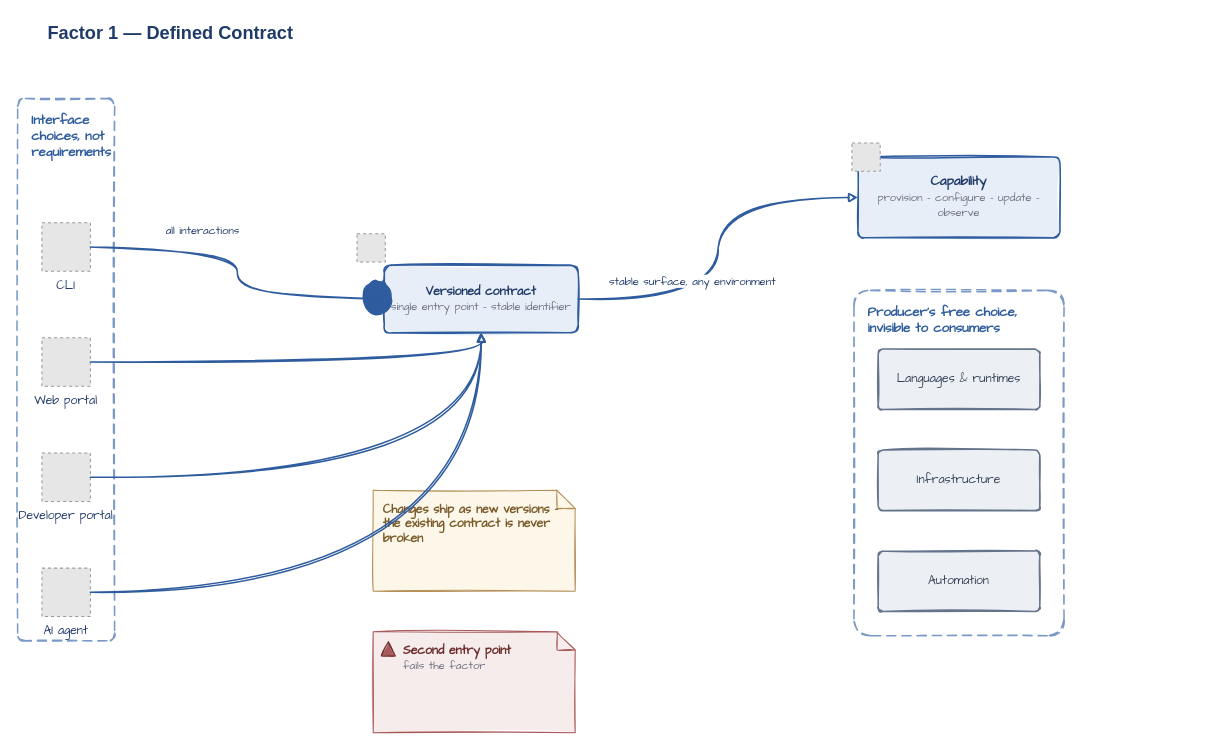
missBerg/platform-capabilities keeps this draw.io diagram as diagrams/factor-1-defined-contract.drawio. Above is the earlier version. Source tidied: cells renumbered, new cells numbered last; positions are measured from the earlier drawing's top-left corner, leaving out a move shared by most shapes. Both pictures are drawn from the tidied source at 101%, with x=0, y=0 at pixel (17, 17). Pictures stored in the file or linked from it are replaced by grey dashed boxes.
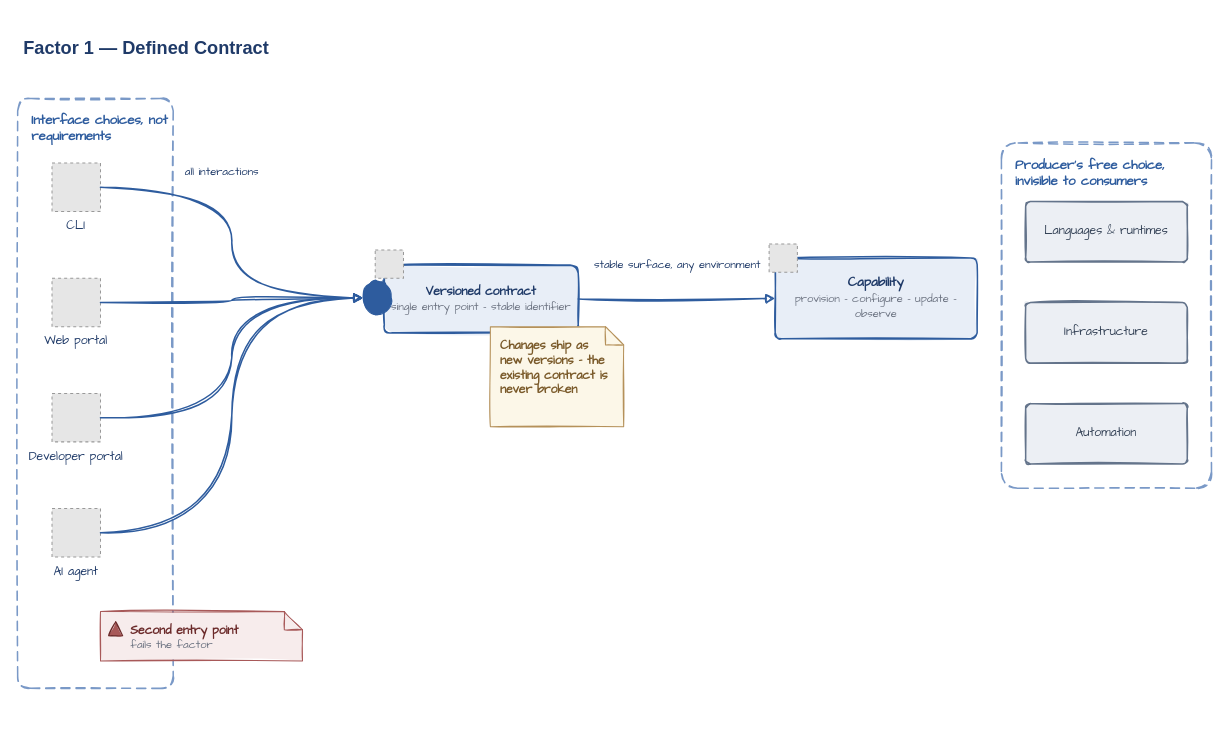
After the change.

Unchanged cells that the change refers to:
```xml
<mxCell id="9" value="&lt;b&gt;Versioned contract&lt;/b&gt;&lt;br&gt;&lt;font style=&quot;font-size: 11px&quot; color=&quot;#6B7280&quot;&gt;single entry point - stable identifier&lt;/font&gt;" style="rounded=1;whiteSpace=wrap;html=1;arcSize=12;fillColor=#E8EEF7;strokeColor=#2E5C9E;strokeWidth=1.5;fontColor=#1F3A68;fontFamily=Comic Sans MS;fontSize=12;align=center;verticalAlign=middle;shadow=0;sketch=1;fillStyle=solid;" parent="1" vertex="1">
  <mxGeometry x="363" y="245" width="192" height="67" as="geometry" />
</mxCell>
<mxCell id="10" style="ellipse;fillColor=#2E5C9E;strokeColor=#2E5C9E;html=1;shadow=0;sketch=1;fillStyle=solid;" parent="1" vertex="1">
  <mxGeometry x="342" y="261" width="28" height="33" as="geometry" />
</mxCell>
```

Diff of the diagram source:
```diff
@@
     <mxCell id="2" value="Factor 1 — Defined Contract" style="text;html=1;align=left;verticalAlign=middle;whiteSpace=wrap;rounded=0;fontColor=#1F3A68;fontFamily=Helvetica;fontSize=18;fontStyle=1;spacingLeft=4;" parent="1" vertex="1">
-      <mxGeometry x="24" width="420" height="32" as="geometry" />
+      <mxGeometry y="14" width="420" height="32" as="geometry" />
     </mxCell>
     <mxCell id="3" value="&lt;b&gt;Interface choices, not requirements&lt;/b&gt;" style="rounded=1;whiteSpace=wrap;html=1;arcSize=8;fillColor=none;strokeColor=#7A99C7;strokeWidth=1.5;fontColor=#2E5C9E;fontFamily=Comic Sans MS;fontSize=13;align=left;verticalAlign=top;dashed=1;dashPattern=6 4;spacingLeft=12;spacingTop=8;shadow=0;sketch=1;" parent="1" vertex="1">
-      <mxGeometry y="80" width="96" height="537" as="geometry" />
+      <mxGeometry y="80" width="154" height="584" as="geometry" />
     </mxCell>
     <mxCell id="4" value="&lt;b&gt;Producer&amp;#x27;s free choice, invisible to consumers&lt;/b&gt;" style="rounded=1;whiteSpace=wrap;html=1;arcSize=8;fillColor=none;strokeColor=#7A99C7;strokeWidth=1.5;fontColor=#2E5C9E;fontFamily=Comic Sans MS;fontSize=13;align=left;verticalAlign=top;dashed=1;dashPattern=6 4;spacingLeft=12;spacingTop=8;shadow=0;sketch=1;" parent="1" vertex="1">
-      <mxGeometry x="828" y="270" width="208" height="342" as="geometry" />
+      <mxGeometry x="974" y="124" width="208" height="342" as="geometry" />
     </mxCell>
     <mxCell id="5" value="CLI" style="fillColor=#E6E6E6;strokeColor=#999999;dashed=1;verticalLabelPosition=bottom;verticalAlign=top;align=center;fontFamily=Comic Sans MS;fontSize=12;fontColor=#1F3A68;" parent="1" vertex="1">
-      <mxGeometry x="24" y="203" width="48" height="48" as="geometry" />
+      <mxGeometry x="34" y="144" width="48" height="48" as="geometry" />
     </mxCell>
     <mxCell id="6" value="Web portal" style="fillColor=#E6E6E6;strokeColor=#999999;dashed=1;verticalLabelPosition=bottom;verticalAlign=top;align=center;fontFamily=Comic Sans MS;fontSize=12;fontColor=#1F3A68;" parent="1" vertex="1">
-      <mxGeometry x="24" y="317" width="48" height="48" as="geometry" />
+      <mxGeometry x="34" y="258" width="48" height="48" as="geometry" />
     </mxCell>
     <mxCell id="7" value="Developer portal" style="fillColor=#E6E6E6;strokeColor=#999999;dashed=1;verticalLabelPosition=bottom;verticalAlign=top;align=center;fontFamily=Comic Sans MS;fontSize=12;fontColor=#1F3A68;" parent="1" vertex="1">
-      <mxGeometry x="24" y="431" width="48" height="48" as="geometry" />
+      <mxGeometry x="34" y="372" width="48" height="48" as="geometry" />
     </mxCell>
     <mxCell id="8" value="AI agent" style="fillColor=#E6E6E6;strokeColor=#999999;dashed=1;verticalLabelPosition=bottom;verticalAlign=top;align=center;fontFamily=Comic Sans MS;fontSize=12;fontColor=#1F3A68;" parent="1" vertex="1">
-      <mxGeometry x="24" y="545" width="48" height="48" as="geometry" />
+      <mxGeometry x="34" y="486" width="48" height="48" as="geometry" />
     </mxCell>
@@
     <mxCell id="11" style="fillColor=#E6E6E6;strokeColor=#999999;dashed=1;verticalLabelPosition=bottom;verticalAlign=top;align=center;fontFamily=Comic Sans MS;fontSize=12;fontColor=#1F3A68;" parent="1" vertex="1">
-      <mxGeometry x="336" y="214" width="28" height="28" as="geometry" />
+      <mxGeometry x="354" y="230" width="28" height="28" as="geometry" />
     </mxCell>
     <mxCell id="12" value="&lt;b&gt;Changes ship as new versions - the existing contract is never broken&lt;/b&gt;" style="shape=note;whiteSpace=wrap;html=1;backgroundOutline=1;fillColor=#FCF7E8;strokeColor=#B5915A;strokeWidth=1;fontColor=#7A5A2A;fontFamily=Comic Sans MS;fontSize=12;align=left;verticalAlign=top;spacingLeft=8;spacingTop=6;spacingRight=8;shadow=0;size=18;sketch=1;fillStyle=solid;" parent="1" vertex="1">
-      <mxGeometry x="352" y="468" width="200" height="100" as="geometry" />
+      <mxGeometry x="468" y="306" width="132" height="99" as="geometry" />
     </mxCell>
     <mxCell id="13" value="&lt;b&gt;Second entry point&lt;/b&gt;&lt;br&gt;&lt;font style=&quot;font-size: 11px&quot; color=&quot;#6B7280&quot;&gt;fails the factor&lt;/font&gt;" style="shape=note;whiteSpace=wrap;html=1;backgroundOutline=1;fillColor=#F7ECEC;strokeColor=#A85959;strokeWidth=1;fontColor=#6B2A2A;fontFamily=Comic Sans MS;fontSize=12;align=left;verticalAlign=top;spacingLeft=28;spacingTop=6;spacingRight=8;shadow=0;size=18;sketch=1;fillStyle=solid;" parent="1" vertex="1">
-      <mxGeometry x="352" y="608" width="200" height="100" as="geometry" />
+      <mxGeometry x="82" y="588" width="200" height="49" as="geometry" />
     </mxCell>
     <mxCell id="14" style="shape=triangle;direction=north;fillColor=#A85959;strokeColor=#6B2A2A;html=1;shadow=0;sketch=1;fillStyle=solid;" parent="1" vertex="1">
-      <mxGeometry x="360" y="618" width="14" height="14" as="geometry" />
+      <mxGeometry x="90" y="598" width="14" height="14" as="geometry" />
     </mxCell>
     <mxCell id="15" value="&lt;b&gt;Capability&lt;/b&gt;&lt;br&gt;&lt;font style=&quot;font-size: 11px&quot; color=&quot;#6B7280&quot;&gt;provision - configure - update - observe&lt;/font&gt;" style="rounded=1;whiteSpace=wrap;html=1;arcSize=8;fillColor=#E8EEF7;strokeColor=#2E5C9E;strokeWidth=1.5;fontColor=#1F3A68;fontFamily=Comic Sans MS;fontSize=13;align=center;verticalAlign=middle;shadow=0;sketch=1;fillStyle=solid;" parent="1" vertex="1">
-      <mxGeometry x="832" y="138" width="200" height="80" as="geometry" />
+      <mxGeometry x="750" y="238" width="200" height="80" as="geometry" />
     </mxCell>
     <mxCell id="16" style="fillColor=#E6E6E6;strokeColor=#999999;dashed=1;verticalLabelPosition=bottom;verticalAlign=top;align=center;fontFamily=Comic Sans MS;fontSize=12;fontColor=#1F3A68;" parent="1" vertex="1">
-      <mxGeometry x="826" y="124" width="28" height="28" as="geometry" />
+      <mxGeometry x="744" y="224" width="28" height="28" as="geometry" />
     </mxCell>
     <mxCell id="17" value="Languages &amp;amp; runtimes" style="rounded=1;whiteSpace=wrap;html=1;arcSize=8;fillColor=#ECEFF4;strokeColor=#64748B;strokeWidth=1.5;fontColor=#334155;fontFamily=Comic Sans MS;fontSize=12;align=center;verticalAlign=middle;shadow=0;sketch=1;fillStyle=solid;" parent="1" vertex="1">
-      <mxGeometry x="852" y="328" width="160" height="60" as="geometry" />
+      <mxGeometry x="998" y="182" width="160" height="60" as="geometry" />
     </mxCell>
     <mxCell id="18" value="Infrastructure" style="rounded=1;whiteSpace=wrap;html=1;arcSize=8;fillColor=#ECEFF4;strokeColor=#64748B;strokeWidth=1.5;fontColor=#334155;fontFamily=Comic Sans MS;fontSize=12;align=center;verticalAlign=middle;shadow=0;sketch=1;fillStyle=solid;" parent="1" vertex="1">
-      <mxGeometry x="852" y="428" width="160" height="60" as="geometry" />
+      <mxGeometry x="998" y="282" width="160" height="60" as="geometry" />
     </mxCell>
     <mxCell id="19" value="Automation" style="rounded=1;whiteSpace=wrap;html=1;arcSize=8;fillColor=#ECEFF4;strokeColor=#64748B;strokeWidth=1.5;fontColor=#334155;fontFamily=Comic Sans MS;fontSize=12;align=center;verticalAlign=middle;shadow=0;sketch=1;fillStyle=solid;" parent="1" vertex="1">
-      <mxGeometry x="852" y="528" width="160" height="60" as="geometry" />
+      <mxGeometry x="998" y="382" width="160" height="60" as="geometry" />
     </mxCell>
-    <mxCell id="20" value="all interactions" style="edgeStyle=orthogonalEdgeStyle;endArrow=block;html=1;rounded=0;strokeColor=#2E5C9E;strokeWidth=1.5;fontColor=#1F3A68;fontFamily=Comic Sans MS;fontSize=11;endFill=1;sketch=1;sketch=1;curveFitting=1;jiggle=2;curved=1;" parent="1" edge="1" source="5" target="9">
+    <mxCell id="20" value="all interactions" style="edgeStyle=orthogonalEdgeStyle;endArrow=block;html=1;rounded=0;strokeColor=#2E5C9E;strokeWidth=1.5;fontColor=#1F3A68;fontFamily=Comic Sans MS;fontSize=11;endFill=1;sketch=1;sketch=1;curveFitting=1;jiggle=2;curved=1;entryX=0;entryY=0.5;entryDx=0;entryDy=0;" parent="1" edge="1" source="5" target="10">
       <mxGeometry x="-0.35" relative="1" as="geometry">
         <mxPoint y="-16" as="offset" />
       </mxGeometry>
     </mxCell>
-    <mxCell id="21" style="edgeStyle=orthogonalEdgeStyle;endArrow=block;html=1;rounded=0;strokeColor=#2E5C9E;strokeWidth=1.5;fontColor=#1F3A68;fontFamily=Comic Sans MS;fontSize=11;endFill=1;sketch=1;sketch=1;curveFitting=1;jiggle=2;curved=1;" parent="1" edge="1" source="6" target="9">
+    <mxCell id="21" style="edgeStyle=orthogonalEdgeStyle;endArrow=block;html=1;rounded=0;strokeColor=#2E5C9E;strokeWidth=1.5;fontColor=#1F3A68;fontFamily=Comic Sans MS;fontSize=11;endFill=1;sketch=1;sketch=1;curveFitting=1;jiggle=2;curved=1;entryX=0;entryY=0.5;entryDx=0;entryDy=0;" parent="1" edge="1" source="6" target="10">
       <mxGeometry relative="1" as="geometry" />
     </mxCell>
-    <mxCell id="22" style="edgeStyle=orthogonalEdgeStyle;endArrow=block;html=1;rounded=0;strokeColor=#2E5C9E;strokeWidth=1.5;fontColor=#1F3A68;fontFamily=Comic Sans MS;fontSize=11;endFill=1;sketch=1;sketch=1;curveFitting=1;jiggle=2;curved=1;" parent="1" edge="1" source="7" target="9">
+    <mxCell id="22" style="edgeStyle=orthogonalEdgeStyle;endArrow=block;html=1;rounded=0;strokeColor=#2E5C9E;strokeWidth=1.5;fontColor=#1F3A68;fontFamily=Comic Sans MS;fontSize=11;endFill=1;sketch=1;sketch=1;curveFitting=1;jiggle=2;curved=1;entryX=0;entryY=0.5;entryDx=0;entryDy=0;" parent="1" edge="1" source="7" target="10">
       <mxGeometry relative="1" as="geometry" />
     </mxCell>
-    <mxCell id="23" style="edgeStyle=orthogonalEdgeStyle;endArrow=block;html=1;rounded=0;strokeColor=#2E5C9E;strokeWidth=1.5;fontColor=#1F3A68;fontFamily=Comic Sans MS;fontSize=11;endFill=1;sketch=1;sketch=1;curveFitting=1;jiggle=2;curved=1;" parent="1" edge="1" source="8" target="9">
+    <mxCell id="23" style="edgeStyle=orthogonalEdgeStyle;endArrow=block;html=1;rounded=0;strokeColor=#2E5C9E;strokeWidth=1.5;fontColor=#1F3A68;fontFamily=Comic Sans MS;fontSize=11;endFill=1;sketch=1;sketch=1;curveFitting=1;jiggle=2;curved=1;entryX=0;entryY=0.5;entryDx=0;entryDy=0;" parent="1" edge="1" source="8" target="10">
       <mxGeometry relative="1" as="geometry" />
     </mxCell>
     <mxCell id="24" value="stable surface, any environment" style="edgeStyle=orthogonalEdgeStyle;endArrow=block;html=1;rounded=0;strokeColor=#2E5C9E;strokeWidth=1.5;fontColor=#1F3A68;fontFamily=Comic Sans MS;fontSize=11;endFill=1;sketch=1;sketch=1;curveFitting=1;jiggle=2;curved=1;exitX=1;exitY=0.5;exitDx=0;exitDy=0;entryX=0;entryY=0.5;entryDx=0;entryDy=0;" parent="1" edge="1" source="9" target="15">
-      <mxGeometry x="-0.4" relative="1" as="geometry">
-        <mxPoint y="-18" as="offset" />
-      </mxGeometry>
+      <mxGeometry y="34" relative="1" as="geometry" />
     </mxCell>
```
